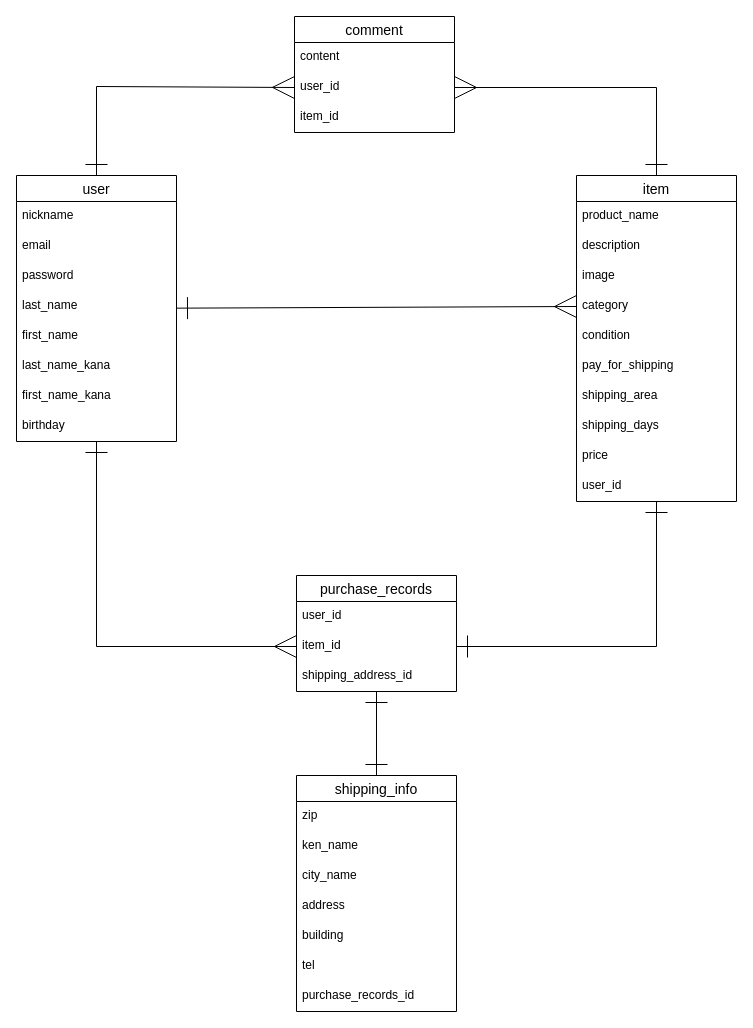
Before: furima.dio in kazuki0157/furima-37634, a draw.io diagram. Source tidied: cells renumbered, new cells numbered last; positions are measured from the earlier drawing's top-left corner, leaving out a move shared by most shapes. Both pictures are drawn from the tidied source at 100%, with x=0, y=0 at pixel (16, 16).
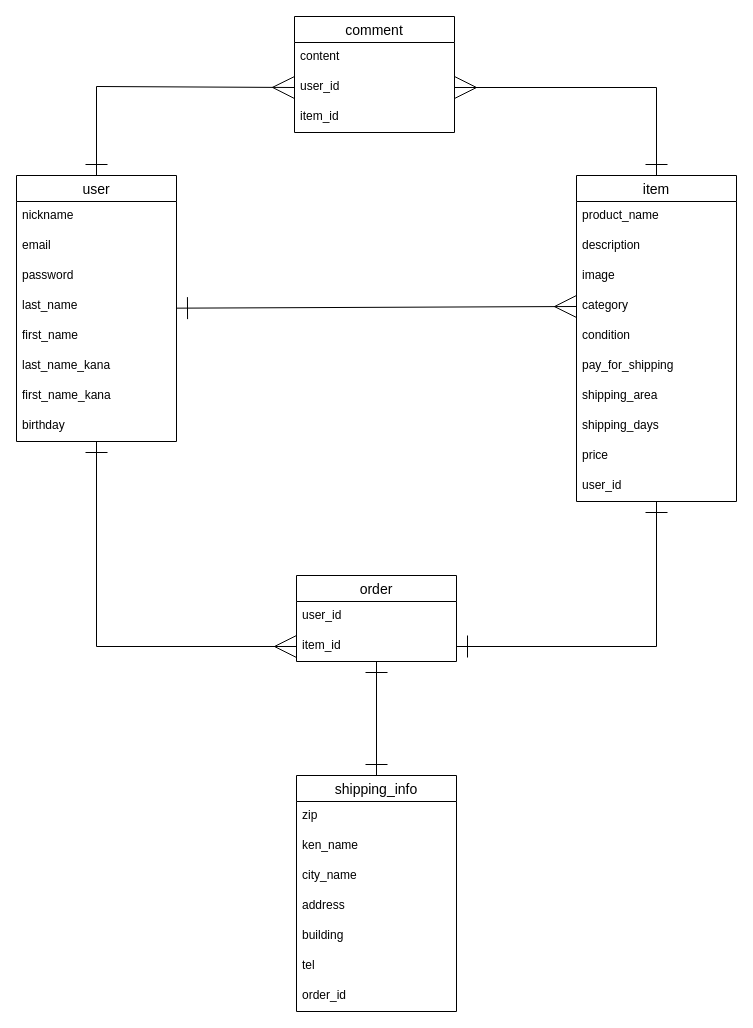
Above is the later version.

The change refers to these unchanged cells:
```xml
<mxCell id="31" value="shipping_info" style="swimlane;fontStyle=0;horizontal=1;startSize=26;align=center;fontSize=14;" parent="1" vertex="1">
  <mxGeometry x="280" y="759" width="160" height="236" as="geometry" />
</mxCell>
```

What changed in the source:
```diff
@@
-    <mxCell id="38" value="purchase_records_id" style="text;strokeColor=none;fillColor=none;spacingLeft=4;spacingRight=4;overflow=hidden;fontSize=12;" parent="31" vertex="1">
+    <mxCell id="38" value="order_id" style="text;strokeColor=none;fillColor=none;spacingLeft=4;spacingRight=4;overflow=hidden;fontSize=12;" parent="31" vertex="1">
       <mxGeometry y="206" width="160" height="30" as="geometry" />
     </mxCell>
@@
-    <mxCell id="40" value="purchase_records" style="swimlane;fontStyle=0;horizontal=1;startSize=26;align=center;fontSize=14;" parent="1" vertex="1">
-      <mxGeometry x="280" y="559" width="160" height="116" as="geometry" />
+    <mxCell id="40" value="order" style="swimlane;fontStyle=0;horizontal=1;startSize=26;align=center;fontSize=14;" parent="1" vertex="1">
+      <mxGeometry x="280" y="559" width="160" height="86" as="geometry" />
     </mxCell>
@@
-    <mxCell id="43" value="shipping_address_id" style="text;strokeColor=none;fillColor=none;spacingLeft=4;spacingRight=4;overflow=hidden;fontSize=12;" parent="40" vertex="1">
-      <mxGeometry y="86" width="160" height="30" as="geometry" />
-    </mxCell>
```
